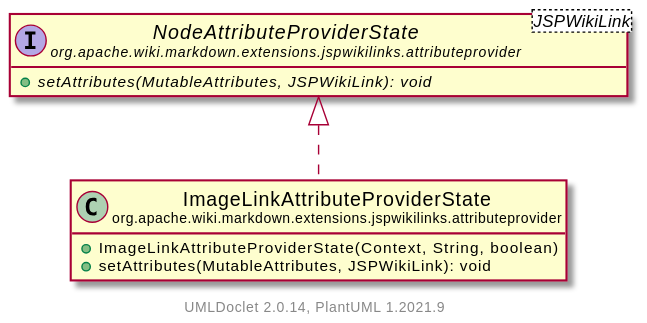
The PlantUML diagram apidocs/2.11.0-SNAPSHOT/org/apache/wiki/markdown/extensions/jspwikilinks/attributeprovider/ImageLinkAttributeProviderState.svg in apache/jspwiki-site, before a commit.
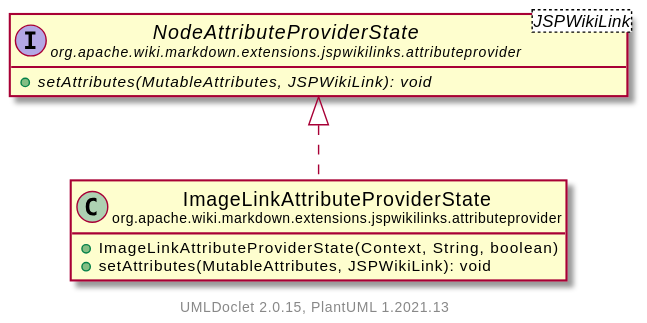
Later version of the same file.

The edit, as a diff of the source:
```diff
@@ -14,5 +14,5 @@
 
     org.apache.wiki.markdown.extensions.jspwikilinks.attributeprovider.NodeAttributeProviderState <|.. org.apache.wiki.markdown.extensions.jspwikilinks.attributeprovider.ImageLinkAttributeProviderState
 
-    center footer UMLDoclet 2.0.14, PlantUML 1.2021.9
+    center footer UMLDoclet 2.0.15, PlantUML 1.2021.13
 @enduml
```
